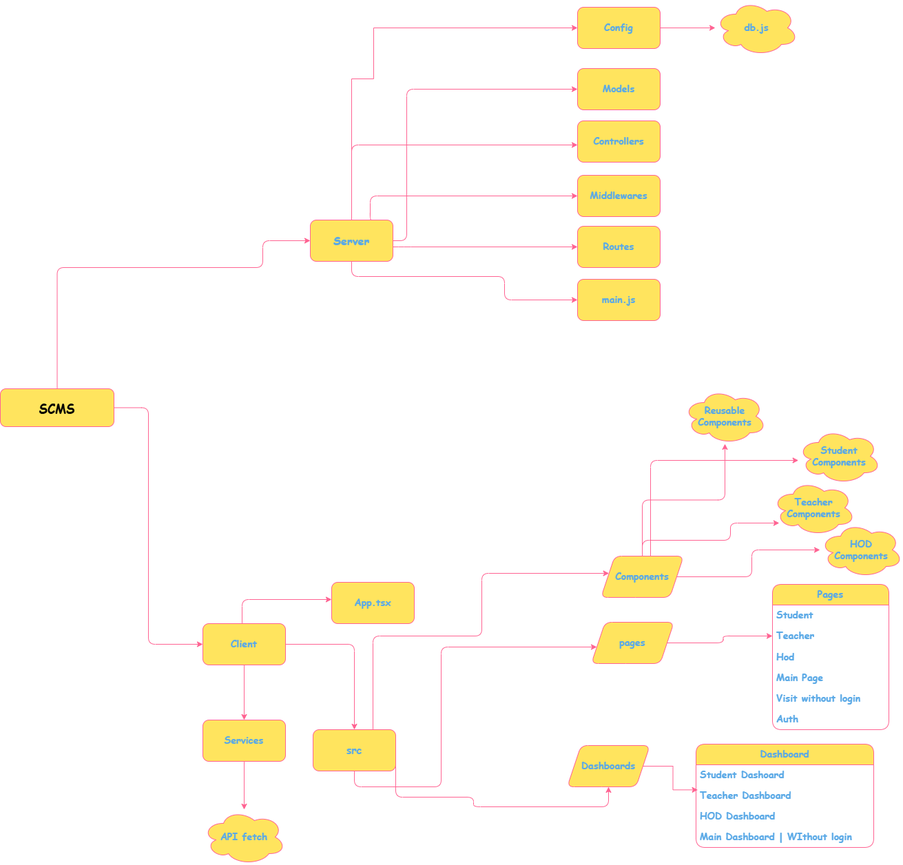
Above: SCMS.drawio.png in Rakhi-web579/collegems (draw.io), before the change. Source tidied: cells renumbered, new cells last; positions are measured from the earlier drawing's top-left corner, leaving out a move shared by most shapes.
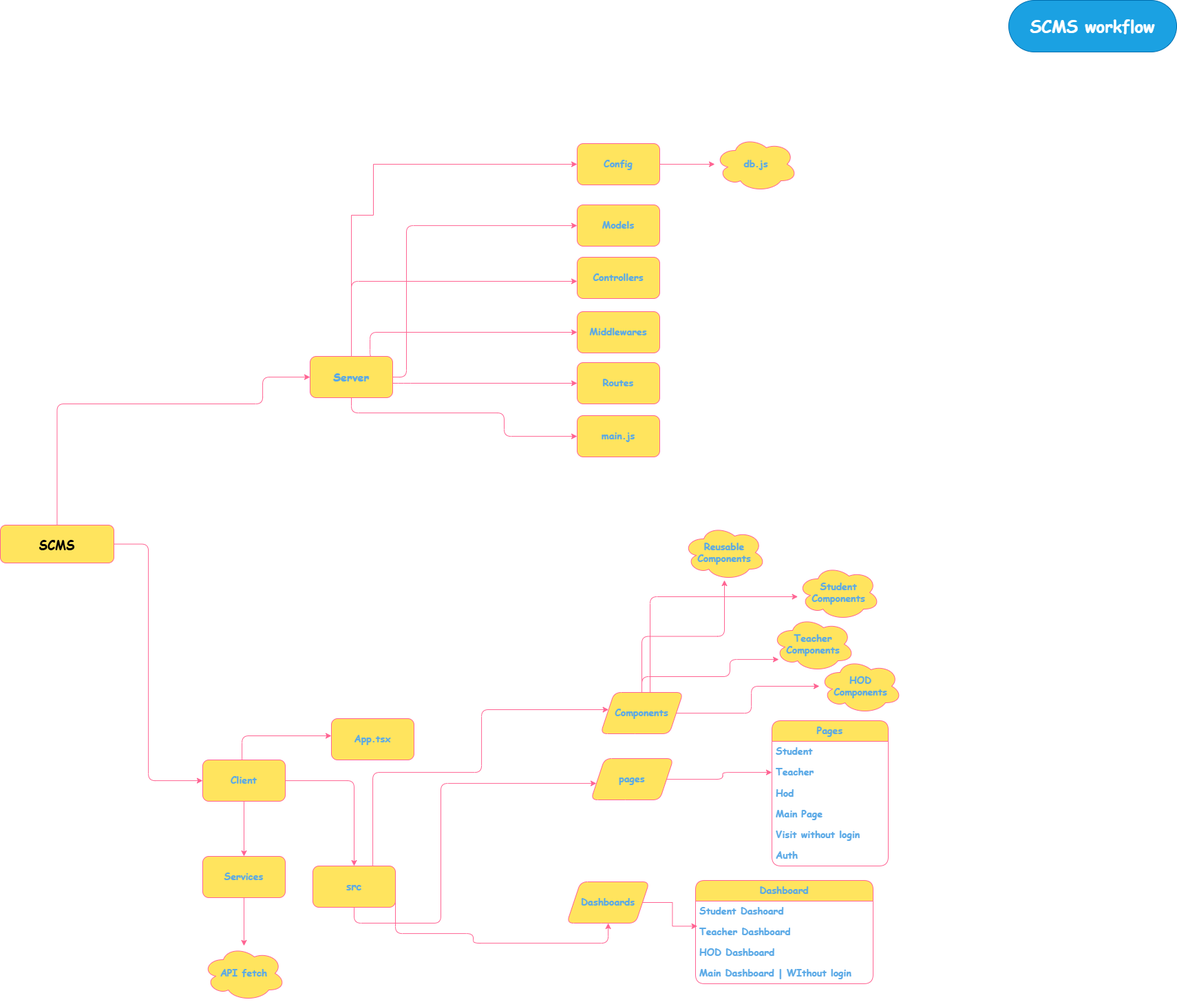
The same file after the commit.

Commit message:
Added second page in SCMS.drawio.png

Change to the diagram source:
```diff
@@ -239,5 +239,8 @@
     <mxCell id="56" value="&lt;b&gt;&lt;font face=&quot;Comic Sans MS&quot; style=&quot;font-size: 14px;&quot;&gt;db.js&lt;/font&gt;&lt;/b&gt;" style="ellipse;shape=cloud;whiteSpace=wrap;html=1;fillColor=#FFE45E;strokeColor=#FF6392;fontColor=light-dark(#5AA9E6, #ffffff);rounded=1;labelBackgroundColor=none;" parent="1" vertex="1">
       <mxGeometry x="1038" width="120" height="80" as="geometry" />
     </mxCell>
+    <mxCell id="57" value="&lt;font face=&quot;Comic Sans MS&quot; style=&quot;font-size: 24px;&quot;&gt;SCMS workflow&lt;/font&gt;" style="rounded=1;whiteSpace=wrap;html=1;arcSize=50;strokeColor=#006EAF;strokeWidth=1;fillColor=#1ba1e2;fontColor=#ffffff;whiteSpace=wrap;align=center;verticalAlign=middle;spacingLeft=0;fontStyle=1;fontSize=14;spacing=10;" parent="1" vertex="1">
+      <mxGeometry x="1465" y="-198" width="244" height="75" as="geometry" />
+    </mxCell>
   </root>
 </mxGraphModel>
```
